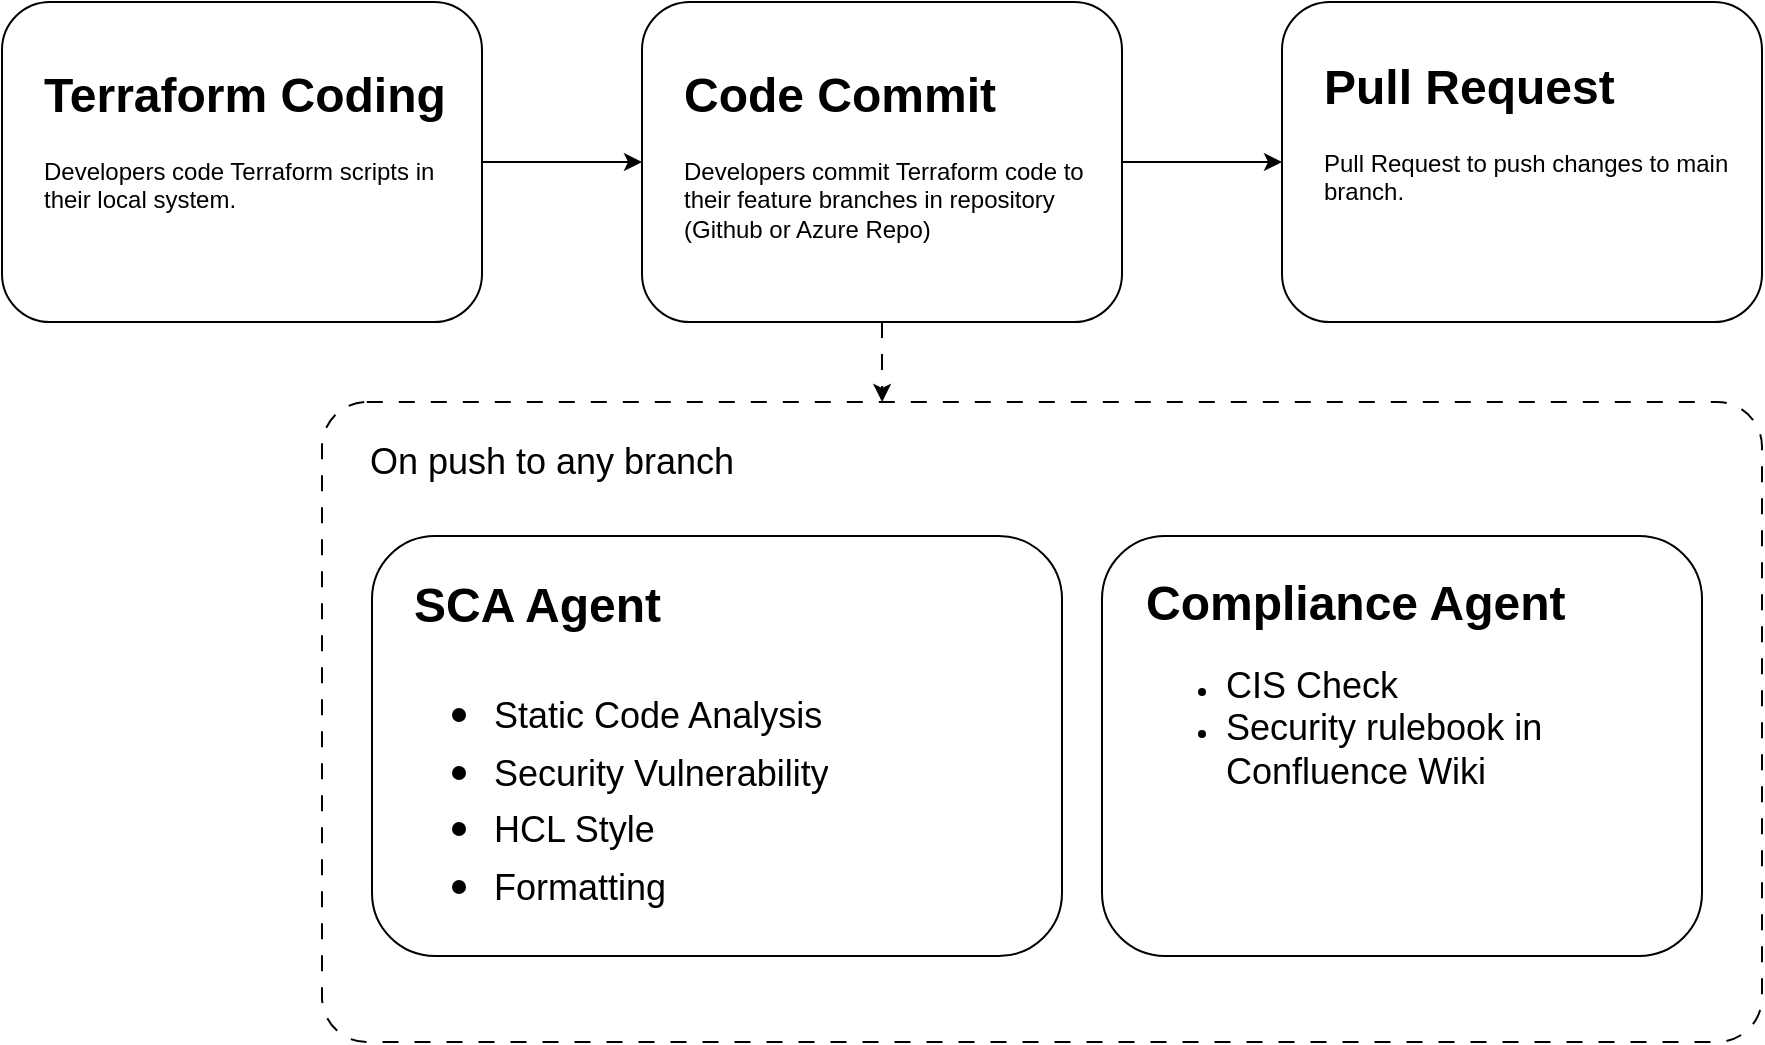
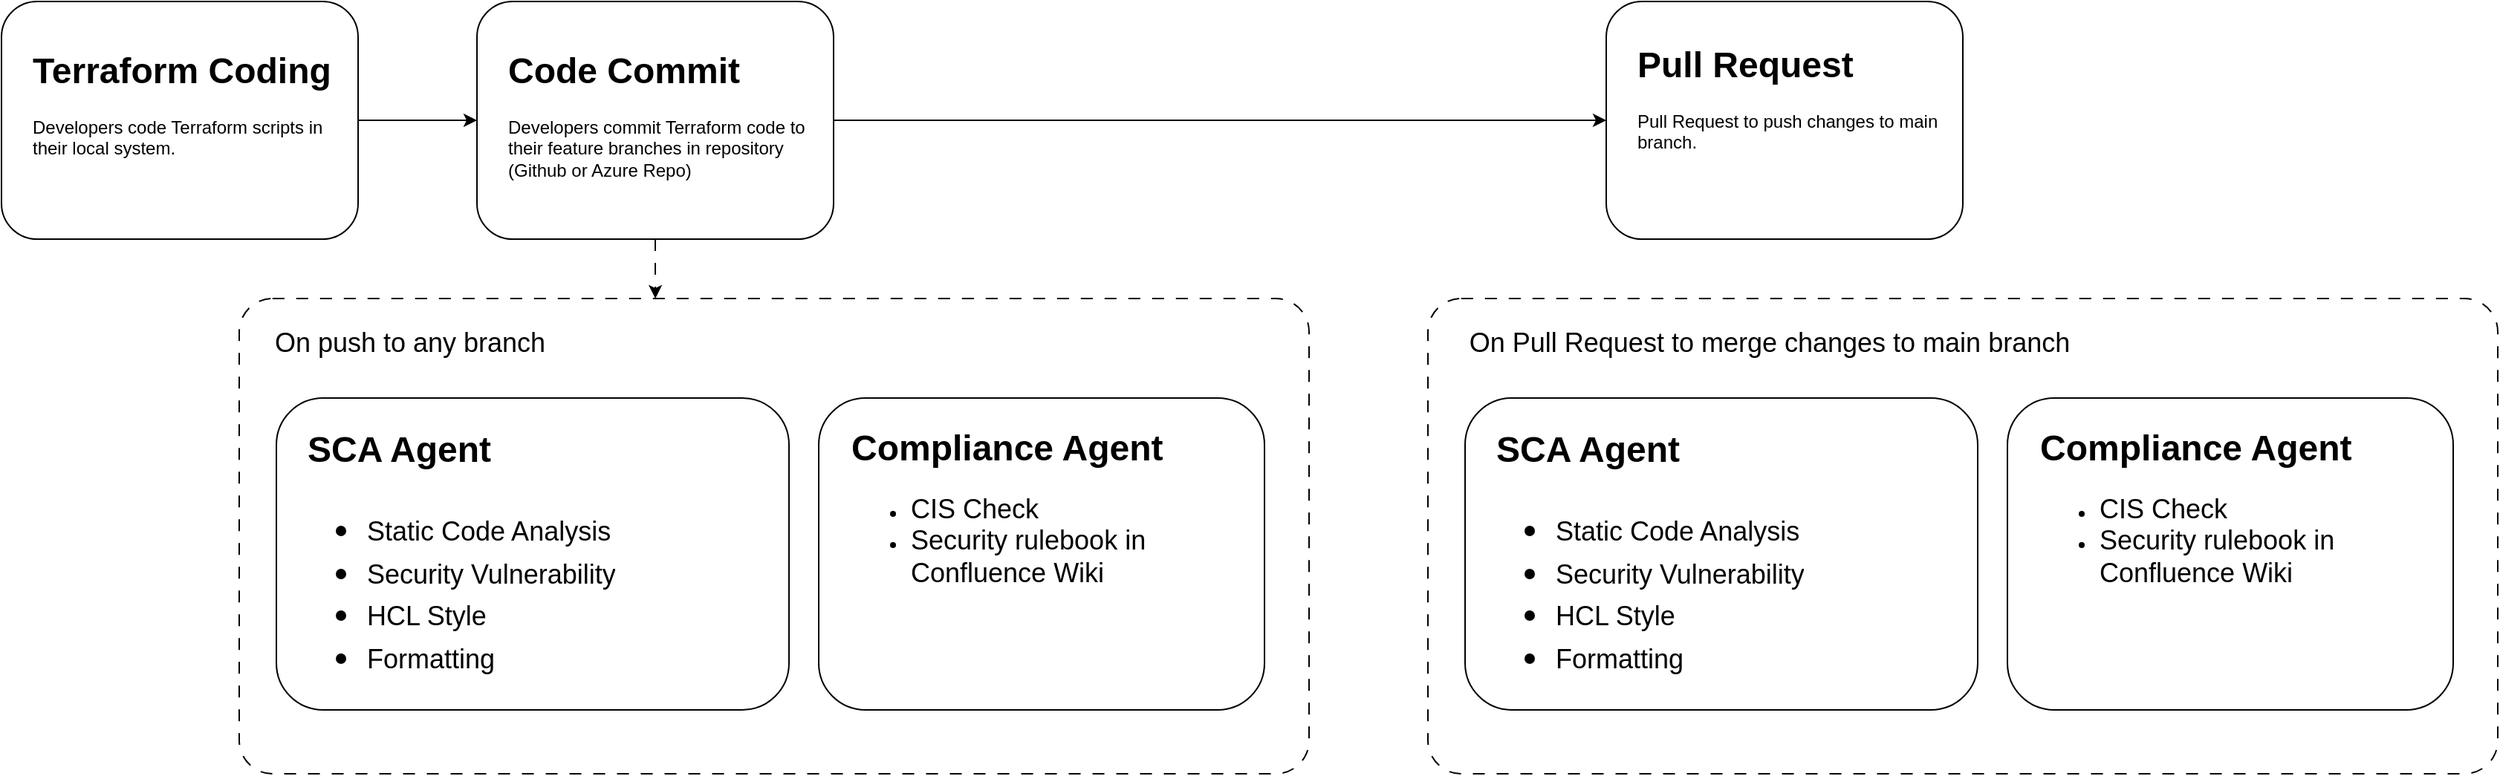
<mxfile host="app.diagrams.net">
  <diagram name="Page-1" id="llQ14HlxIDWXj9B5HY60">
    <mxGraphModel dx="1006" dy="638" grid="1" gridSize="10" guides="1" tooltips="1" connect="1" arrows="1" fold="1" page="1" pageScale="1" pageWidth="850" pageHeight="1100" math="0" shadow="0">
      <root>
        <mxCell id="0" />
        <mxCell id="1" parent="0" />
        <mxCell id="IWc9zJM8tDhvkjJ2dRjy-13" edge="1" parent="1" source="oJW8UGhNAXkty13G2p3x-1" style="edgeStyle=orthogonalEdgeStyle;rounded=0;orthogonalLoop=1;jettySize=auto;html=1;entryX=0;entryY=0.5;entryDx=0;entryDy=0;" target="IWc9zJM8tDhvkjJ2dRjy-1">
          <mxGeometry relative="1" as="geometry" />
        </mxCell>
        <mxCell id="oJW8UGhNAXkty13G2p3x-1" parent="1" style="rounded=1;whiteSpace=wrap;html=1;" value="" vertex="1">
          <mxGeometry height="160" width="240" x="440" y="200" as="geometry" />
        </mxCell>
        <mxCell id="oJW8UGhNAXkty13G2p3x-3" parent="1" style="text;html=1;whiteSpace=wrap;overflow=hidden;rounded=0;" value="&lt;h1 style=&quot;margin-top: 0px;&quot;&gt;Code Commit&lt;/h1&gt;&lt;p&gt;Developers commit Terraform code to their feature branches in repository (Github or Azure Repo)&lt;/p&gt;" vertex="1">
          <mxGeometry height="100" width="210" x="459" y="226" as="geometry" />
        </mxCell>
        <mxCell id="IWc9zJM8tDhvkjJ2dRjy-1" parent="1" style="rounded=1;whiteSpace=wrap;html=1;" value="" vertex="1">
-           <mxGeometry height="160" width="240" x="760" y="200" as="geometry" />
+           <mxGeometry height="160" width="240" x="1200" y="200" as="geometry" />
        </mxCell>
        <mxCell id="IWc9zJM8tDhvkjJ2dRjy-2" parent="1" style="text;html=1;whiteSpace=wrap;overflow=hidden;rounded=0;" value="&lt;h1 style=&quot;margin-top: 0px;&quot;&gt;Pull Request&lt;/h1&gt;&lt;p&gt;Pull Request to push changes to main branch.&lt;/p&gt;" vertex="1">
-           <mxGeometry height="100" width="210" x="779" y="222" as="geometry" />
+           <mxGeometry height="100" width="210" x="1219" y="222" as="geometry" />
        </mxCell>
        <mxCell id="IWc9zJM8tDhvkjJ2dRjy-12" edge="1" parent="1" source="IWc9zJM8tDhvkjJ2dRjy-3" style="edgeStyle=orthogonalEdgeStyle;rounded=0;orthogonalLoop=1;jettySize=auto;html=1;exitX=1;exitY=0.5;exitDx=0;exitDy=0;entryX=0;entryY=0.5;entryDx=0;entryDy=0;" target="oJW8UGhNAXkty13G2p3x-1">
          <mxGeometry relative="1" as="geometry" />
        </mxCell>
        <mxCell id="IWc9zJM8tDhvkjJ2dRjy-3" parent="1" style="rounded=1;whiteSpace=wrap;html=1;" value="" vertex="1">
          <mxGeometry height="160" width="240" x="120" y="200" as="geometry" />
        </mxCell>
        <mxCell id="IWc9zJM8tDhvkjJ2dRjy-4" parent="1" style="text;html=1;whiteSpace=wrap;overflow=hidden;rounded=0;" value="&lt;h1 style=&quot;margin-top: 0px;&quot;&gt;Terraform Coding&lt;/h1&gt;&lt;p&gt;Developers code Terraform scripts in their local system.&lt;/p&gt;" vertex="1">
          <mxGeometry height="100" width="210" x="139" y="226" as="geometry" />
        </mxCell>
        <mxCell id="IWc9zJM8tDhvkjJ2dRjy-5" parent="1" style="rounded=1;whiteSpace=wrap;html=1;arcSize=7;dashed=1;dashPattern=8 8;" value="" vertex="1">
          <mxGeometry height="320" width="720" x="280" y="400" as="geometry" />
        </mxCell>
        <mxCell id="IWc9zJM8tDhvkjJ2dRjy-6" parent="1" style="text;html=1;whiteSpace=wrap;strokeColor=none;fillColor=none;align=center;verticalAlign=middle;rounded=0;" value="&lt;font style=&quot;font-size: 18px;&quot;&gt;On push to any branch&lt;/font&gt;" vertex="1">
          <mxGeometry height="30" width="210" x="290" y="415" as="geometry" />
        </mxCell>
        <mxCell id="IWc9zJM8tDhvkjJ2dRjy-7" parent="1" style="rounded=1;whiteSpace=wrap;html=1;" value="" vertex="1">
          <mxGeometry height="210" width="345" x="305" y="467" as="geometry" />
        </mxCell>
        <mxCell id="IWc9zJM8tDhvkjJ2dRjy-8" parent="1" style="text;html=1;whiteSpace=wrap;overflow=hidden;rounded=0;" value="&lt;h1 style=&quot;margin-top: 0px;&quot;&gt;SCA Agent&lt;/h1&gt;&lt;h1 style=&quot;margin-top: 0px;&quot;&gt;&lt;p style=&quot;font-size: 12px; font-weight: 400;&quot;&gt;&lt;/p&gt;&lt;ul&gt;&lt;li&gt;&lt;span style=&quot;font-size: 18px; font-weight: normal;&quot;&gt;Static Code Analysis&lt;/span&gt;&lt;/li&gt;&lt;li&gt;&lt;span style=&quot;font-size: 18px; font-weight: normal;&quot;&gt;Security Vulnerability&lt;/span&gt;&lt;/li&gt;&lt;li&gt;&lt;span style=&quot;font-size: 18px; font-weight: normal;&quot;&gt;HCL Style&lt;/span&gt;&lt;/li&gt;&lt;li&gt;&lt;span style=&quot;font-size: 18px; font-weight: normal;&quot;&gt;Formatting&lt;/span&gt;&lt;/li&gt;&lt;/ul&gt;&lt;p&gt;&lt;/p&gt;&lt;/h1&gt;" vertex="1">
          <mxGeometry height="183" width="306" x="324" y="481" as="geometry" />
        </mxCell>
        <mxCell id="IWc9zJM8tDhvkjJ2dRjy-9" parent="1" style="rounded=1;whiteSpace=wrap;html=1;" value="" vertex="1">
          <mxGeometry height="210" width="300" x="670" y="467" as="geometry" />
        </mxCell>
        <mxCell id="IWc9zJM8tDhvkjJ2dRjy-10" parent="1" style="text;html=1;whiteSpace=wrap;overflow=hidden;rounded=0;" value="&lt;h1 style=&quot;margin-top: 0px;&quot;&gt;Compliance Agent&lt;/h1&gt;&lt;p&gt;&lt;/p&gt;&lt;ul&gt;&lt;li&gt;&lt;span style=&quot;font-size: 18px;&quot;&gt;CIS Check&lt;/span&gt;&lt;/li&gt;&lt;li&gt;&lt;span style=&quot;font-size: 18px;&quot;&gt;Security rulebook in Confluence Wiki&lt;/span&gt;&lt;/li&gt;&lt;/ul&gt;&lt;p&gt;&lt;/p&gt;" vertex="1">
          <mxGeometry height="127" width="269" x="690" y="480" as="geometry" />
        </mxCell>
        <mxCell id="IWc9zJM8tDhvkjJ2dRjy-11" edge="1" parent="1" source="oJW8UGhNAXkty13G2p3x-1" style="edgeStyle=orthogonalEdgeStyle;rounded=0;orthogonalLoop=1;jettySize=auto;html=1;exitX=0.5;exitY=1;exitDx=0;exitDy=0;entryX=0.389;entryY=0;entryDx=0;entryDy=0;entryPerimeter=0;dashed=1;dashPattern=8 8;" target="IWc9zJM8tDhvkjJ2dRjy-5">
          <mxGeometry relative="1" as="geometry" />
        </mxCell>
+         <mxCell id="IWc9zJM8tDhvkjJ2dRjy-14" parent="1" style="rounded=1;whiteSpace=wrap;html=1;arcSize=7;dashed=1;dashPattern=8 8;" value="" vertex="1">
+           <mxGeometry height="320" width="720" x="1080" y="400" as="geometry" />
+         </mxCell>
+         <mxCell id="IWc9zJM8tDhvkjJ2dRjy-15" parent="1" style="text;html=1;whiteSpace=wrap;strokeColor=none;fillColor=none;align=center;verticalAlign=middle;rounded=0;" value="&lt;font style=&quot;font-size: 18px;&quot;&gt;On Pull Request to merge changes to main branch&lt;/font&gt;" vertex="1">
+           <mxGeometry height="30" width="440" x="1090" y="415" as="geometry" />
+         </mxCell>
+         <mxCell id="IWc9zJM8tDhvkjJ2dRjy-16" parent="1" style="rounded=1;whiteSpace=wrap;html=1;" value="" vertex="1">
+           <mxGeometry height="210" width="345" x="1105" y="467" as="geometry" />
+         </mxCell>
+         <mxCell id="IWc9zJM8tDhvkjJ2dRjy-17" parent="1" style="text;html=1;whiteSpace=wrap;overflow=hidden;rounded=0;" value="&lt;h1 style=&quot;margin-top: 0px;&quot;&gt;SCA Agent&lt;/h1&gt;&lt;h1 style=&quot;margin-top: 0px;&quot;&gt;&lt;p style=&quot;font-size: 12px; font-weight: 400;&quot;&gt;&lt;/p&gt;&lt;ul&gt;&lt;li&gt;&lt;span style=&quot;font-size: 18px; font-weight: normal;&quot;&gt;Static Code Analysis&lt;/span&gt;&lt;/li&gt;&lt;li&gt;&lt;span style=&quot;font-size: 18px; font-weight: normal;&quot;&gt;Security Vulnerability&lt;/span&gt;&lt;/li&gt;&lt;li&gt;&lt;span style=&quot;font-size: 18px; font-weight: normal;&quot;&gt;HCL Style&lt;/span&gt;&lt;/li&gt;&lt;li&gt;&lt;span style=&quot;font-size: 18px; font-weight: normal;&quot;&gt;Formatting&lt;/span&gt;&lt;/li&gt;&lt;/ul&gt;&lt;p&gt;&lt;/p&gt;&lt;/h1&gt;" vertex="1">
+           <mxGeometry height="183" width="306" x="1124" y="481" as="geometry" />
+         </mxCell>
+         <mxCell id="IWc9zJM8tDhvkjJ2dRjy-18" parent="1" style="rounded=1;whiteSpace=wrap;html=1;" value="" vertex="1">
+           <mxGeometry height="210" width="300" x="1470" y="467" as="geometry" />
+         </mxCell>
+         <mxCell id="IWc9zJM8tDhvkjJ2dRjy-19" parent="1" style="text;html=1;whiteSpace=wrap;overflow=hidden;rounded=0;" value="&lt;h1 style=&quot;margin-top: 0px;&quot;&gt;Compliance Agent&lt;/h1&gt;&lt;p&gt;&lt;/p&gt;&lt;ul&gt;&lt;li&gt;&lt;span style=&quot;font-size: 18px;&quot;&gt;CIS Check&lt;/span&gt;&lt;/li&gt;&lt;li&gt;&lt;span style=&quot;font-size: 18px;&quot;&gt;Security rulebook in Confluence Wiki&lt;/span&gt;&lt;/li&gt;&lt;/ul&gt;&lt;p&gt;&lt;/p&gt;" vertex="1">
+           <mxGeometry height="127" width="269" x="1490" y="480" as="geometry" />
+         </mxCell>
      </root>
    </mxGraphModel>
  </diagram>
</mxfile>
